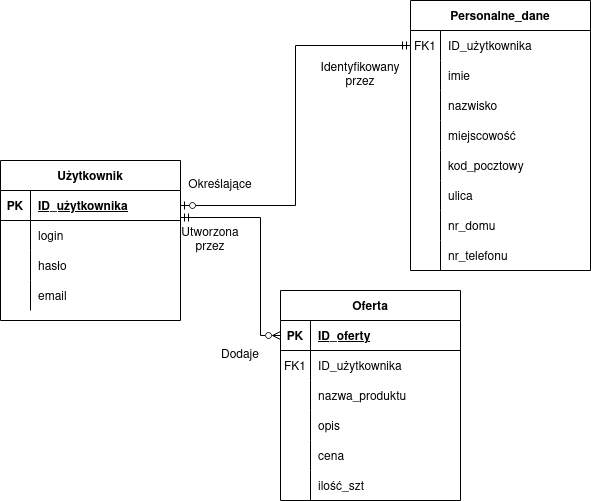
This is Rys02/ModelLogiczny.png from MrMjuKi/PracaDyplomowa, a draw.io export, as it was before one commit. Source tidied: cells renumbered, new cells last; positions are measured from the earlier drawing's top-left corner, leaving out a move shared by most shapes.
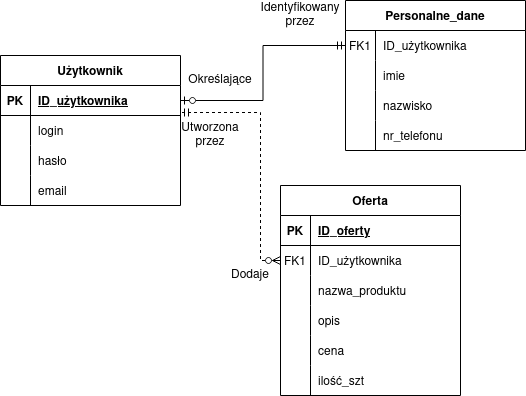
After the commit.

The edit, as a diff of the source:
```diff
@@ -2,73 +2,73 @@
   <root>
     <mxCell id="0" />
     <mxCell id="1" parent="0" />
-    <mxCell id="2" style="endArrow=ERmandOne;html=1;rounded=0;edgeStyle=orthogonalEdgeStyle;startArrow=ERzeroToMany;startFill=0;endFill=0;exitX=0;exitY=0.5;exitDx=0;exitDy=0;" parent="1" edge="1" source="48" target="9">
-      <mxGeometry relative="1" as="geometry">
-        <Array as="points">
-          <mxPoint x="260" y="335" />
-          <mxPoint x="260" y="217" />
-        </Array>
-      </mxGeometry>
-    </mxCell>
-    <mxCell id="3" style="endArrow=ERzeroToOne;html=1;rounded=0;edgeStyle=orthogonalEdgeStyle;startArrow=ERmandOne;startFill=0;endFill=0;exitX=0;exitY=0.5;exitDx=0;exitDy=0;" parent="1" edge="1" source="23" target="9">
-      <mxGeometry relative="1" as="geometry" />
-    </mxCell>
+    <mxCell id="66" style="endArrow=ERmandOne;html=1;rounded=0;edgeStyle=orthogonalEdgeStyle;startArrow=ERzeroToMany;startFill=0;endFill=0;exitX=0;exitY=0.5;exitDx=0;exitDy=0;dashed=1;" parent="1" edge="1" source="85" target="68">
+      <mxGeometry relative="1" as="geometry">
+        <Array as="points">
+          <mxPoint x="260" y="365" />
+          <mxPoint x="260" y="217" />
+        </Array>
+      </mxGeometry>
+    </mxCell>
+    <mxCell id="67" style="endArrow=ERzeroToOne;html=1;rounded=0;edgeStyle=orthogonalEdgeStyle;startArrow=ERmandOne;startFill=0;endFill=0;exitX=0;exitY=0.5;exitDx=0;exitDy=0;" parent="1" edge="1" source="23" target="68">
+      <mxGeometry relative="1" as="geometry" />
+    </mxCell>
     <mxCell id="4" value="Określające" style="text;html=1;strokeColor=none;fillColor=none;align=center;verticalAlign=middle;whiteSpace=wrap;rounded=0;" parent="1" vertex="1">
       <mxGeometry x="190" y="170" width="60" height="30" as="geometry" />
     </mxCell>
     <mxCell id="5" value="Identyfikowany przez" style="text;html=1;strokeColor=none;fillColor=none;align=center;verticalAlign=middle;whiteSpace=wrap;rounded=0;" parent="1" vertex="1">
-      <mxGeometry x="330" y="60" width="60" height="30" as="geometry" />
+      <mxGeometry x="270" y="105" width="60" height="30" as="geometry" />
     </mxCell>
     <mxCell id="6" value="Utworzona przez" style="text;html=1;strokeColor=none;fillColor=none;align=center;verticalAlign=middle;whiteSpace=wrap;rounded=0;" parent="1" vertex="1">
       <mxGeometry x="180" y="225" width="60" height="30" as="geometry" />
     </mxCell>
     <mxCell id="7" value="Dodaje" style="text;html=1;strokeColor=none;fillColor=none;align=center;verticalAlign=middle;whiteSpace=wrap;rounded=0;" parent="1" vertex="1">
-      <mxGeometry x="210" y="340" width="60" height="30" as="geometry" />
+      <mxGeometry x="220" y="365" width="60" height="30" as="geometry" />
     </mxCell>
     <mxCell id="8" value="Użytkownik" style="shape=table;startSize=30;rowLines=0;fontStyle=1;align=center;" parent="1" vertex="1">
-      <mxGeometry y="160" width="180" height="160" as="geometry" />
+      <mxGeometry y="160" width="180" height="150" as="geometry" />
     </mxCell>
-    <mxCell id="9" style="shape=partialRectangle;fillColor=none;top=0;left=0;bottom=1;right=0;points=[[0,0.5],[1,0.5]];portConstraint=eastwest;" parent="8" vertex="1">
-      <mxGeometry y="30" width="180" height="30" as="geometry" />
-    </mxCell>
-    <mxCell id="10" value="PK" style="shape=partialRectangle;fillColor=none;top=0;left=0;bottom=0;right=0;fontStyle=1;overflow=hidden;" parent="9" vertex="1">
-      <mxGeometry width="30" height="30" as="geometry" />
-    </mxCell>
+    <mxCell id="68" style="shape=partialRectangle;fillColor=none;top=0;left=0;bottom=1;right=0;points=[[0,0.5],[1,0.5]];portConstraint=eastwest;" parent="8" vertex="1">
+      <mxGeometry y="30" width="180" height="30" as="geometry" />
+    </mxCell>
+    <mxCell id="69" value="PK" style="shape=partialRectangle;fillColor=none;top=0;left=0;bottom=0;right=0;fontStyle=1;overflow=hidden;" parent="68" vertex="1">
+      <mxGeometry width="30" height="30" as="geometry" />
+    </mxCell>
-    <mxCell id="11" value="ID_użytkownika" style="shape=partialRectangle;fillColor=none;top=0;left=0;bottom=0;right=0;align=left;spacingLeft=6;fontStyle=5;overflow=hidden;" parent="9" vertex="1">
+    <mxCell id="11" value="ID_użytkownika" style="shape=partialRectangle;fillColor=none;top=0;left=0;bottom=0;right=0;align=left;spacingLeft=6;fontStyle=5;overflow=hidden;" parent="68" vertex="1">
       <mxGeometry x="30" width="150" height="30" as="geometry" />
     </mxCell>
-    <mxCell id="12" style="shape=partialRectangle;fillColor=none;top=0;left=0;bottom=0;right=0;" parent="8" vertex="1">
-      <mxGeometry y="60" width="180" height="30" as="geometry" />
-    </mxCell>
-    <mxCell id="13" style="shape=partialRectangle;fillColor=none;top=0;left=0;bottom=0;right=0;overflow=hidden;" parent="12" vertex="1">
-      <mxGeometry width="30" height="30" as="geometry" />
-    </mxCell>
+    <mxCell id="70" style="shape=partialRectangle;fillColor=none;top=0;left=0;bottom=0;right=0;" parent="8" vertex="1">
+      <mxGeometry y="60" width="180" height="30" as="geometry" />
+    </mxCell>
+    <mxCell id="71" style="shape=partialRectangle;fillColor=none;top=0;left=0;bottom=0;right=0;overflow=hidden;" parent="70" vertex="1">
+      <mxGeometry width="30" height="30" as="geometry" />
+    </mxCell>
-    <mxCell id="14" value="login" style="shape=partialRectangle;fillColor=none;top=0;left=0;bottom=0;right=0;align=left;spacingLeft=6;overflow=hidden;" parent="12" vertex="1">
+    <mxCell id="14" value="login" style="shape=partialRectangle;fillColor=none;top=0;left=0;bottom=0;right=0;align=left;spacingLeft=6;overflow=hidden;" parent="70" vertex="1">
       <mxGeometry x="30" width="150" height="30" as="geometry" />
     </mxCell>
-    <mxCell id="15" style="shape=partialRectangle;fillColor=none;top=0;left=0;bottom=0;right=0;" parent="8" vertex="1">
-      <mxGeometry y="90" width="180" height="30" as="geometry" />
-    </mxCell>
-    <mxCell id="16" style="shape=partialRectangle;fillColor=none;top=0;left=0;bottom=0;right=0;overflow=hidden;" parent="15" vertex="1">
-      <mxGeometry width="30" height="30" as="geometry" />
-    </mxCell>
+    <mxCell id="72" style="shape=partialRectangle;fillColor=none;top=0;left=0;bottom=0;right=0;" parent="8" vertex="1">
+      <mxGeometry y="90" width="180" height="30" as="geometry" />
+    </mxCell>
+    <mxCell id="73" style="shape=partialRectangle;fillColor=none;top=0;left=0;bottom=0;right=0;overflow=hidden;" parent="72" vertex="1">
+      <mxGeometry width="30" height="30" as="geometry" />
+    </mxCell>
-    <mxCell id="17" value="hasło" style="shape=partialRectangle;fillColor=none;top=0;left=0;bottom=0;right=0;align=left;spacingLeft=6;overflow=hidden;" parent="15" vertex="1">
+    <mxCell id="17" value="hasło" style="shape=partialRectangle;fillColor=none;top=0;left=0;bottom=0;right=0;align=left;spacingLeft=6;overflow=hidden;" parent="72" vertex="1">
       <mxGeometry x="30" width="150" height="30" as="geometry" />
     </mxCell>
-    <mxCell id="18" style="shape=partialRectangle;fillColor=none;top=0;left=0;bottom=0;right=0;" parent="8" vertex="1">
-      <mxGeometry y="120" width="180" height="30" as="geometry" />
-    </mxCell>
-    <mxCell id="19" style="shape=partialRectangle;fillColor=none;top=0;left=0;bottom=0;right=0;overflow=hidden;" parent="18" vertex="1">
-      <mxGeometry width="30" height="30" as="geometry" />
-    </mxCell>
+    <mxCell id="74" style="shape=partialRectangle;fillColor=none;top=0;left=0;bottom=0;right=0;" parent="8" vertex="1">
+      <mxGeometry y="120" width="180" height="30" as="geometry" />
+    </mxCell>
+    <mxCell id="75" style="shape=partialRectangle;fillColor=none;top=0;left=0;bottom=0;right=0;overflow=hidden;" parent="74" vertex="1">
+      <mxGeometry width="30" height="30" as="geometry" />
+    </mxCell>
-    <mxCell id="20" value="email" style="shape=partialRectangle;fillColor=none;top=0;left=0;bottom=0;right=0;align=left;spacingLeft=6;overflow=hidden;" parent="18" vertex="1">
+    <mxCell id="20" value="email" style="shape=partialRectangle;fillColor=none;top=0;left=0;bottom=0;right=0;align=left;spacingLeft=6;overflow=hidden;" parent="74" vertex="1">
       <mxGeometry x="30" width="150" height="30" as="geometry" />
     </mxCell>
-    <mxCell id="21" style="edgeStyle=orthogonalEdgeStyle;rounded=0;orthogonalLoop=1;jettySize=auto;html=1;exitX=1;exitY=0.5;exitDx=0;exitDy=0;" parent="8" edge="1" source="9" target="9">
-      <mxGeometry relative="1" as="geometry" />
-    </mxCell>
+    <mxCell id="76" style="edgeStyle=orthogonalEdgeStyle;rounded=0;orthogonalLoop=1;jettySize=auto;html=1;exitX=1;exitY=0.5;exitDx=0;exitDy=0;" parent="8" edge="1" source="68" target="68">
+      <mxGeometry relative="1" as="geometry" />
+    </mxCell>
     <mxCell id="22" value="Personalne_dane" style="shape=table;startSize=30;rowLines=0;fontStyle=1;align=center;" parent="1" vertex="1">
-      <mxGeometry x="410" width="180" height="270" as="geometry" />
+      <mxGeometry x="345" y="105" width="180" height="150" as="geometry" />
     </mxCell>
     <mxCell id="23" style="shape=partialRectangle;fillColor=none;top=0;left=0;bottom=0;right=0;points=[[0,0.5],[1,0.5]];portConstraint=eastwest;" parent="22" vertex="1">
       <mxGeometry y="30" width="180" height="30" as="geometry" />
@@ -79,124 +79,88 @@
     <mxCell id="25" value="ID_użytkownika" style="shape=partialRectangle;fillColor=none;top=0;left=0;bottom=0;right=0;align=left;spacingLeft=6;overflow=hidden;" parent="23" vertex="1">
       <mxGeometry x="30" width="150" height="30" as="geometry" />
     </mxCell>
-    <mxCell id="26" style="shape=partialRectangle;fillColor=none;top=0;left=0;bottom=0;right=0;" parent="22" vertex="1">
-      <mxGeometry y="60" width="180" height="30" as="geometry" />
-    </mxCell>
-    <mxCell id="27" style="shape=partialRectangle;fillColor=none;top=0;left=0;bottom=0;right=0;overflow=hidden;" parent="26" vertex="1">
-      <mxGeometry width="30" height="30" as="geometry" />
-    </mxCell>
+    <mxCell id="77" style="shape=partialRectangle;fillColor=none;top=0;left=0;bottom=0;right=0;" parent="22" vertex="1">
+      <mxGeometry y="60" width="180" height="30" as="geometry" />
+    </mxCell>
+    <mxCell id="78" style="shape=partialRectangle;fillColor=none;top=0;left=0;bottom=0;right=0;overflow=hidden;" parent="77" vertex="1">
+      <mxGeometry width="30" height="30" as="geometry" />
+    </mxCell>
-    <mxCell id="28" value="imie" style="shape=partialRectangle;fillColor=none;top=0;left=0;bottom=0;right=0;align=left;spacingLeft=6;overflow=hidden;" parent="26" vertex="1">
+    <mxCell id="28" value="imie" style="shape=partialRectangle;fillColor=none;top=0;left=0;bottom=0;right=0;align=left;spacingLeft=6;overflow=hidden;" parent="77" vertex="1">
       <mxGeometry x="30" width="150" height="30" as="geometry" />
     </mxCell>
-    <mxCell id="29" style="shape=partialRectangle;fillColor=none;top=0;left=0;bottom=0;right=0;" parent="22" vertex="1">
-      <mxGeometry y="90" width="180" height="30" as="geometry" />
-    </mxCell>
-    <mxCell id="30" style="shape=partialRectangle;fillColor=none;top=0;left=0;bottom=0;right=0;overflow=hidden;" parent="29" vertex="1">
-      <mxGeometry width="30" height="30" as="geometry" />
-    </mxCell>
+    <mxCell id="79" style="shape=partialRectangle;fillColor=none;top=0;left=0;bottom=0;right=0;" parent="22" vertex="1">
+      <mxGeometry y="90" width="180" height="30" as="geometry" />
+    </mxCell>
+    <mxCell id="80" style="shape=partialRectangle;fillColor=none;top=0;left=0;bottom=0;right=0;overflow=hidden;" parent="79" vertex="1">
+      <mxGeometry width="30" height="30" as="geometry" />
+    </mxCell>
-    <mxCell id="31" value="nazwisko" style="shape=partialRectangle;fillColor=none;top=0;left=0;bottom=0;right=0;align=left;spacingLeft=6;overflow=hidden;" parent="29" vertex="1">
+    <mxCell id="31" value="nazwisko" style="shape=partialRectangle;fillColor=none;top=0;left=0;bottom=0;right=0;align=left;spacingLeft=6;overflow=hidden;" parent="79" vertex="1">
       <mxGeometry x="30" width="150" height="30" as="geometry" />
     </mxCell>
-    <mxCell id="32" style="shape=partialRectangle;fillColor=none;top=0;left=0;bottom=0;right=0;" parent="22" vertex="1">
-      <mxGeometry y="120" width="180" height="30" as="geometry" />
-    </mxCell>
-    <mxCell id="33" style="shape=partialRectangle;fillColor=none;top=0;left=0;bottom=0;right=0;overflow=hidden;" parent="32" vertex="1">
-      <mxGeometry width="30" height="30" as="geometry" />
-    </mxCell>
-    <mxCell id="34" value="miejscowość" style="shape=partialRectangle;fillColor=none;top=0;left=0;bottom=0;right=0;align=left;spacingLeft=6;overflow=hidden;" parent="32" vertex="1">
-      <mxGeometry x="30" width="150" height="30" as="geometry" />
-    </mxCell>
-    <mxCell id="35" style="shape=partialRectangle;fillColor=none;top=0;left=0;bottom=0;right=0;" parent="22" vertex="1">
-      <mxGeometry y="150" width="180" height="30" as="geometry" />
-    </mxCell>
-    <mxCell id="36" style="shape=partialRectangle;fillColor=none;top=0;left=0;bottom=0;right=0;overflow=hidden;" parent="35" vertex="1">
-      <mxGeometry width="30" height="30" as="geometry" />
-    </mxCell>
-    <mxCell id="37" value="kod_pocztowy" style="shape=partialRectangle;fillColor=none;top=0;left=0;bottom=0;right=0;align=left;spacingLeft=6;overflow=hidden;" parent="35" vertex="1">
-      <mxGeometry x="30" width="150" height="30" as="geometry" />
-    </mxCell>
-    <mxCell id="38" style="shape=partialRectangle;fillColor=none;top=0;left=0;bottom=0;right=0;" parent="22" vertex="1">
-      <mxGeometry y="180" width="180" height="30" as="geometry" />
-    </mxCell>
-    <mxCell id="39" style="shape=partialRectangle;fillColor=none;top=0;left=0;bottom=0;right=0;overflow=hidden;" parent="38" vertex="1">
-      <mxGeometry width="30" height="30" as="geometry" />
-    </mxCell>
-    <mxCell id="40" value="ulica" style="shape=partialRectangle;fillColor=none;top=0;left=0;bottom=0;right=0;align=left;spacingLeft=6;overflow=hidden;" parent="38" vertex="1">
-      <mxGeometry x="30" width="150" height="30" as="geometry" />
-    </mxCell>
-    <mxCell id="41" style="shape=partialRectangle;fillColor=none;top=0;left=0;bottom=0;right=0;" parent="22" vertex="1">
-      <mxGeometry y="210" width="180" height="30" as="geometry" />
-    </mxCell>
-    <mxCell id="42" style="shape=partialRectangle;fillColor=none;top=0;left=0;bottom=0;right=0;overflow=hidden;" parent="41" vertex="1">
-      <mxGeometry width="30" height="30" as="geometry" />
-    </mxCell>
-    <mxCell id="43" value="nr_domu" style="shape=partialRectangle;fillColor=none;top=0;left=0;bottom=0;right=0;align=left;spacingLeft=6;overflow=hidden;" parent="41" vertex="1">
-      <mxGeometry x="30" width="150" height="30" as="geometry" />
-    </mxCell>
-    <mxCell id="44" style="shape=partialRectangle;fillColor=none;top=0;left=0;bottom=0;right=0;" parent="22" vertex="1">
-      <mxGeometry y="240" width="180" height="30" as="geometry" />
-    </mxCell>
-    <mxCell id="45" style="shape=partialRectangle;fillColor=none;top=0;left=0;bottom=0;right=0;overflow=hidden;" parent="44" vertex="1">
-      <mxGeometry width="30" height="30" as="geometry" />
-    </mxCell>
+    <mxCell id="81" style="shape=partialRectangle;fillColor=none;top=0;left=0;bottom=0;right=0;" parent="22" vertex="1">
+      <mxGeometry y="120" width="180" height="30" as="geometry" />
+    </mxCell>
+    <mxCell id="82" style="shape=partialRectangle;fillColor=none;top=0;left=0;bottom=0;right=0;overflow=hidden;" parent="81" vertex="1">
+      <mxGeometry width="30" height="30" as="geometry" />
+    </mxCell>
-    <mxCell id="46" value="nr_telefonu" style="shape=partialRectangle;fillColor=none;top=0;left=0;bottom=0;right=0;align=left;spacingLeft=6;overflow=hidden;" parent="44" vertex="1">
+    <mxCell id="46" value="nr_telefonu" style="shape=partialRectangle;fillColor=none;top=0;left=0;bottom=0;right=0;align=left;spacingLeft=6;overflow=hidden;" parent="81" vertex="1">
       <mxGeometry x="30" width="150" height="30" as="geometry" />
     </mxCell>
     <mxCell id="47" value="Oferta" style="shape=table;startSize=30;rowLines=0;fontStyle=1;align=center;" parent="1" vertex="1">
       <mxGeometry x="280" y="290" width="180" height="210" as="geometry" />
     </mxCell>
-    <mxCell id="48" style="shape=partialRectangle;fillColor=none;top=0;left=0;bottom=1;right=0;points=[[0,0.5],[1,0.5]];portConstraint=eastwest;" parent="47" vertex="1">
-      <mxGeometry y="30" width="180" height="30" as="geometry" />
-    </mxCell>
-    <mxCell id="49" value="PK" style="shape=partialRectangle;fillColor=none;top=0;left=0;bottom=0;right=0;fontStyle=1;overflow=hidden;" parent="48" vertex="1">
-      <mxGeometry width="30" height="30" as="geometry" />
-    </mxCell>
+    <mxCell id="83" style="shape=partialRectangle;fillColor=none;top=0;left=0;bottom=1;right=0;" parent="47" vertex="1">
+      <mxGeometry y="30" width="180" height="30" as="geometry" />
+    </mxCell>
+    <mxCell id="84" value="PK" style="shape=partialRectangle;fillColor=none;top=0;left=0;bottom=0;right=0;fontStyle=1;overflow=hidden;" parent="83" vertex="1">
+      <mxGeometry width="30" height="30" as="geometry" />
+    </mxCell>
-    <mxCell id="50" value="ID_oferty" style="shape=partialRectangle;fillColor=none;top=0;left=0;bottom=0;right=0;align=left;spacingLeft=6;fontStyle=5;overflow=hidden;" parent="48" vertex="1">
+    <mxCell id="50" value="ID_oferty" style="shape=partialRectangle;fillColor=none;top=0;left=0;bottom=0;right=0;align=left;spacingLeft=6;fontStyle=5;overflow=hidden;" parent="83" vertex="1">
       <mxGeometry x="30" width="150" height="30" as="geometry" />
     </mxCell>
-    <mxCell id="51" style="shape=partialRectangle;fillColor=none;top=0;left=0;bottom=0;right=0;" parent="47" vertex="1">
-      <mxGeometry y="60" width="180" height="30" as="geometry" />
-    </mxCell>
+    <mxCell id="85" style="shape=partialRectangle;fillColor=none;top=0;left=0;bottom=0;right=0;points=[[0,0.5],[1,0.5]];portConstraint=eastwest;" parent="47" vertex="1">
+      <mxGeometry y="60" width="180" height="30" as="geometry" />
+    </mxCell>
-    <mxCell id="52" value="FK1" style="shape=partialRectangle;fillColor=none;top=0;left=0;bottom=0;right=0;fontStyle=0;overflow=hidden;" parent="51" vertex="1">
+    <mxCell id="52" value="FK1" style="shape=partialRectangle;fillColor=none;top=0;left=0;bottom=0;right=0;fontStyle=0;overflow=hidden;" parent="85" vertex="1">
       <mxGeometry width="30" height="30" as="geometry" />
     </mxCell>
-    <mxCell id="53" value="ID_użytkownika" style="shape=partialRectangle;fillColor=none;top=0;left=0;bottom=0;right=0;align=left;spacingLeft=6;fontStyle=0;overflow=hidden;" parent="51" vertex="1">
+    <mxCell id="53" value="ID_użytkownika" style="shape=partialRectangle;fillColor=none;top=0;left=0;bottom=0;right=0;align=left;spacingLeft=6;fontStyle=0;overflow=hidden;" parent="85" vertex="1">
       <mxGeometry x="30" width="150" height="30" as="geometry" />
     </mxCell>
-    <mxCell id="54" style="shape=partialRectangle;fillColor=none;top=0;left=0;bottom=0;right=0;" parent="47" vertex="1">
-      <mxGeometry y="90" width="180" height="30" as="geometry" />
-    </mxCell>
-    <mxCell id="55" style="shape=partialRectangle;fillColor=none;top=0;left=0;bottom=0;right=0;overflow=hidden;" parent="54" vertex="1">
-      <mxGeometry width="30" height="30" as="geometry" />
-    </mxCell>
+    <mxCell id="86" style="shape=partialRectangle;fillColor=none;top=0;left=0;bottom=0;right=0;" parent="47" vertex="1">
+      <mxGeometry y="90" width="180" height="30" as="geometry" />
+    </mxCell>
+    <mxCell id="87" style="shape=partialRectangle;fillColor=none;top=0;left=0;bottom=0;right=0;overflow=hidden;" parent="86" vertex="1">
+      <mxGeometry width="30" height="30" as="geometry" />
+    </mxCell>
-    <mxCell id="56" value="nazwa_produktu" style="shape=partialRectangle;fillColor=none;top=0;left=0;bottom=0;right=0;align=left;spacingLeft=6;overflow=hidden;" parent="54" vertex="1">
+    <mxCell id="56" value="nazwa_produktu" style="shape=partialRectangle;fillColor=none;top=0;left=0;bottom=0;right=0;align=left;spacingLeft=6;overflow=hidden;" parent="86" vertex="1">
       <mxGeometry x="30" width="150" height="30" as="geometry" />
     </mxCell>
-    <mxCell id="57" style="shape=partialRectangle;fillColor=none;top=0;left=0;bottom=0;right=0;" parent="47" vertex="1">
-      <mxGeometry y="120" width="180" height="30" as="geometry" />
-    </mxCell>
-    <mxCell id="58" style="shape=partialRectangle;fillColor=none;top=0;left=0;bottom=0;right=0;overflow=hidden;" parent="57" vertex="1">
-      <mxGeometry width="30" height="30" as="geometry" />
-    </mxCell>
+    <mxCell id="88" style="shape=partialRectangle;fillColor=none;top=0;left=0;bottom=0;right=0;" parent="47" vertex="1">
+      <mxGeometry y="120" width="180" height="30" as="geometry" />
+    </mxCell>
+    <mxCell id="89" style="shape=partialRectangle;fillColor=none;top=0;left=0;bottom=0;right=0;overflow=hidden;" parent="88" vertex="1">
+      <mxGeometry width="30" height="30" as="geometry" />
+    </mxCell>
-    <mxCell id="59" value="opis" style="shape=partialRectangle;fillColor=none;top=0;left=0;bottom=0;right=0;align=left;spacingLeft=6;overflow=hidden;" parent="57" vertex="1">
+    <mxCell id="59" value="opis" style="shape=partialRectangle;fillColor=none;top=0;left=0;bottom=0;right=0;align=left;spacingLeft=6;overflow=hidden;" parent="88" vertex="1">
       <mxGeometry x="30" width="150" height="30" as="geometry" />
     </mxCell>
-    <mxCell id="60" style="shape=partialRectangle;fillColor=none;top=0;left=0;bottom=0;right=0;" parent="47" vertex="1">
-      <mxGeometry y="150" width="180" height="30" as="geometry" />
-    </mxCell>
-    <mxCell id="61" style="shape=partialRectangle;fillColor=none;top=0;left=0;bottom=0;right=0;overflow=hidden;" parent="60" vertex="1">
-      <mxGeometry width="30" height="30" as="geometry" />
-    </mxCell>
+    <mxCell id="90" style="shape=partialRectangle;fillColor=none;top=0;left=0;bottom=0;right=0;" parent="47" vertex="1">
+      <mxGeometry y="150" width="180" height="30" as="geometry" />
+    </mxCell>
+    <mxCell id="91" style="shape=partialRectangle;fillColor=none;top=0;left=0;bottom=0;right=0;overflow=hidden;" parent="90" vertex="1">
+      <mxGeometry width="30" height="30" as="geometry" />
+    </mxCell>
-    <mxCell id="62" value="cena" style="shape=partialRectangle;fillColor=none;top=0;left=0;bottom=0;right=0;align=left;spacingLeft=6;overflow=hidden;" parent="60" vertex="1">
+    <mxCell id="62" value="cena" style="shape=partialRectangle;fillColor=none;top=0;left=0;bottom=0;right=0;align=left;spacingLeft=6;overflow=hidden;" parent="90" vertex="1">
       <mxGeometry x="30" width="150" height="30" as="geometry" />
     </mxCell>
-    <mxCell id="63" style="shape=partialRectangle;fillColor=none;top=0;left=0;bottom=0;right=0;" parent="47" vertex="1">
-      <mxGeometry y="180" width="180" height="30" as="geometry" />
-    </mxCell>
-    <mxCell id="64" style="shape=partialRectangle;fillColor=none;top=0;left=0;bottom=0;right=0;overflow=hidden;" parent="63" vertex="1">
-      <mxGeometry width="30" height="30" as="geometry" />
-    </mxCell>
+    <mxCell id="92" style="shape=partialRectangle;fillColor=none;top=0;left=0;bottom=0;right=0;" parent="47" vertex="1">
+      <mxGeometry y="180" width="180" height="30" as="geometry" />
+    </mxCell>
+    <mxCell id="93" style="shape=partialRectangle;fillColor=none;top=0;left=0;bottom=0;right=0;overflow=hidden;" parent="92" vertex="1">
+      <mxGeometry width="30" height="30" as="geometry" />
+    </mxCell>
-    <mxCell id="65" value="ilość_szt" style="shape=partialRectangle;fillColor=none;top=0;left=0;bottom=0;right=0;align=left;spacingLeft=6;overflow=hidden;" parent="63" vertex="1">
+    <mxCell id="65" value="ilość_szt" style="shape=partialRectangle;fillColor=none;top=0;left=0;bottom=0;right=0;align=left;spacingLeft=6;overflow=hidden;" parent="92" vertex="1">
       <mxGeometry x="30" width="150" height="30" as="geometry" />
     </mxCell>
   </root>
```
